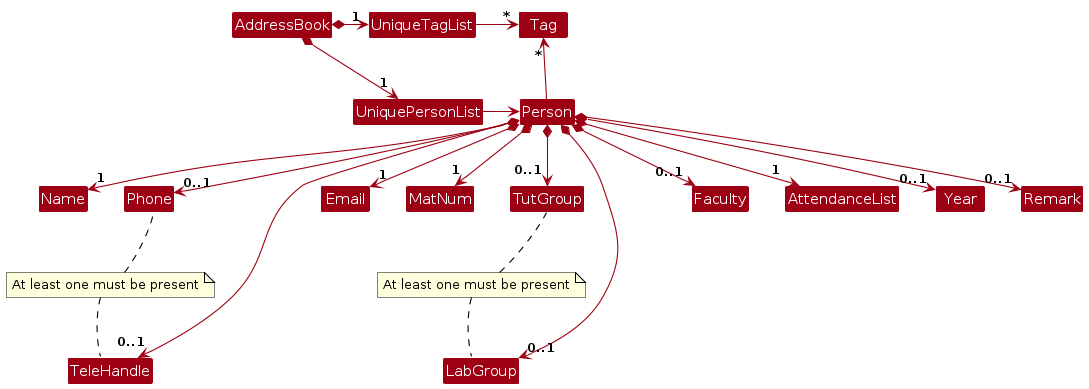
Earlier version of the PlantUML export diagrams/BetterModelClassDiagram.png (ChinZJ/tp). Its source is kept beside it as diagrams/BetterModelClassDiagram.puml. The source it was exported from:
```plantuml
@startuml
!include style.puml
skinparam arrowThickness 1.1
skinparam arrowColor MODEL_COLOR
skinparam classBackgroundColor MODEL_COLOR

skinparam noteBorderColor black
skinparam noteFontColor black
skinparam noteLinkColor black

AddressBook *-right-> "1" UniquePersonList
AddressBook *-right-> "1" UniqueTagList
UniqueTagList -[hidden]down- UniquePersonList
UniqueTagList -[hidden]down- UniquePersonList

UniqueTagList -right-> "*" Tag
UniquePersonList -right-> Person

Person -up-> "*" Tag

Person *--> "1" Name
Person *--> "0..1" Phone
Person *--> "0..1" TeleHandle
Person *--> "1" Email
Person *--> "1" MatNum
Person *--> "0..1" TutGroup
Person *--> "0..1" LabGroup
Person *--> "0..1" Faculty
Person *--> "1" AttendanceList
Person *--> "0..1" Year
Person *--> "0..1" Remark

note "At least one must be present" as PhoneTeleNote
PhoneTeleNote .. Phone #black
PhoneTeleNote .. TeleHandle #black
TeleHandle -[hidden]down-> PhoneTeleNote
Phone -[hidden]down-> PhoneTeleNote

note "At least one must be present" as TutLabNote
TutLabNote .. TutGroup #black
TutLabNote .. LabGroup #black
TutGroup -[hidden]down-> TutLabNote
LabGroup -[hidden]down-> TutLabNote

@enduml
```
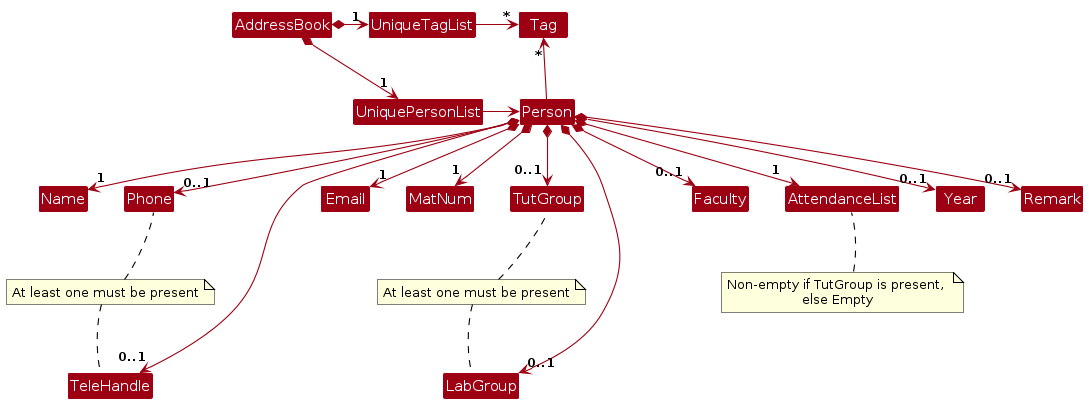
Later version of the same file.

What changed in the source:
```diff
@@ -42,4 +42,8 @@
 TutGroup -[hidden]down-> TutLabNote
 LabGroup -[hidden]down-> TutLabNote
 
+note "Non-empty if TutGroup is present, \nelse Empty" as AttListNote
+AttListNote .. AttendanceList #black
+AttendanceList -[hidden]down-> AttListNote
+
 @enduml
```
